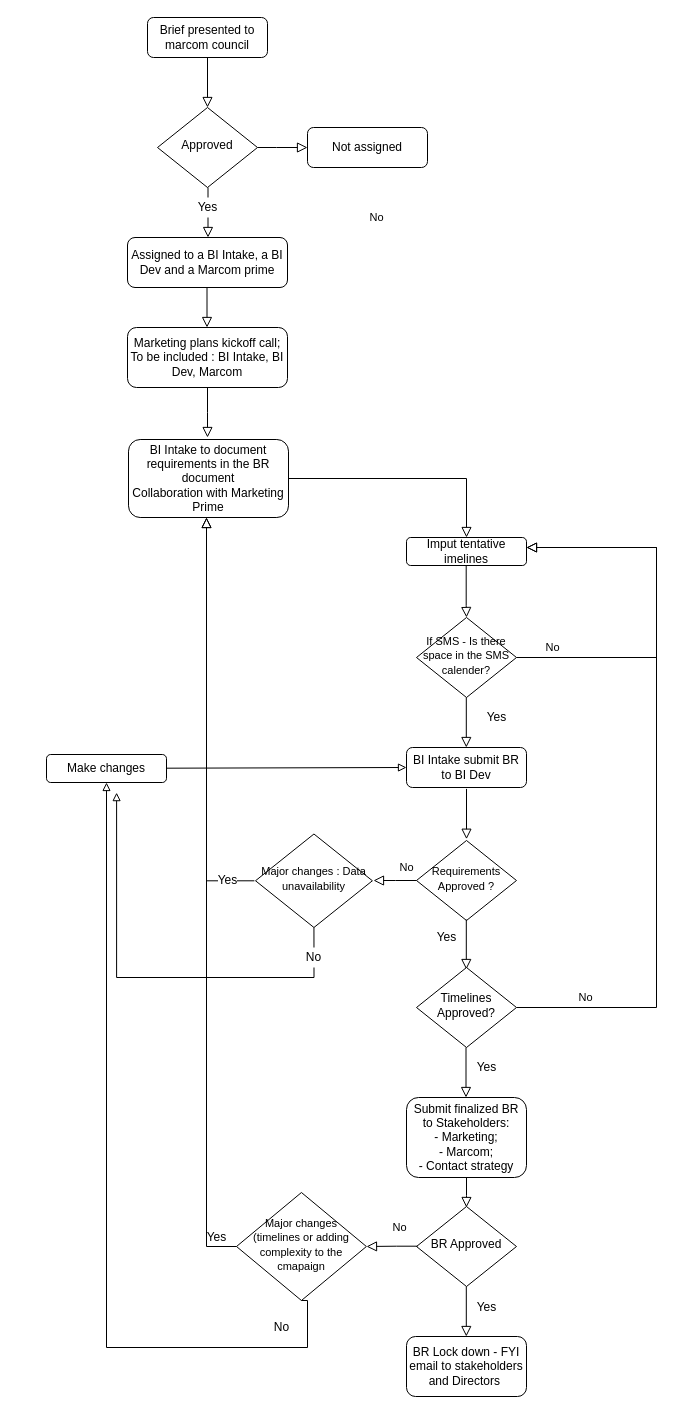
gberrada/Gberrada keeps this draw.io diagram as flow_campaign.drawio. Above is the earlier version. Source tidied: cells renumbered, new cells numbered last; positions are measured from the earlier drawing's top-left corner, leaving out a move shared by most shapes. Both pictures are drawn from the tidied source at 100%, with x=0, y=0 at pixel (46, 17).
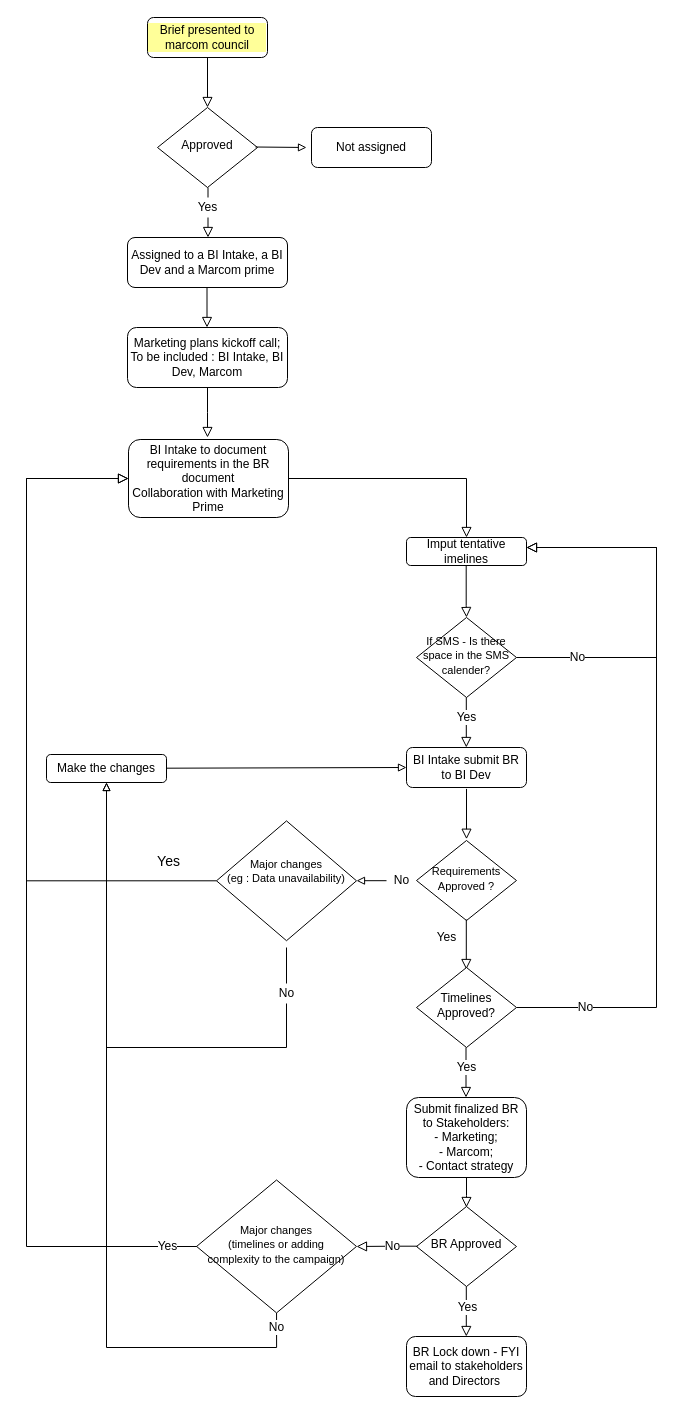
The same page after the edit.

Unchanged cells that the change refers to:
```xml
<mxCell id="7" value="Approved" style="rhombus;whiteSpace=wrap;html=1;shadow=0;fontFamily=Helvetica;fontSize=12;align=center;strokeWidth=1;spacing=6;spacingTop=-4;" parent="1" vertex="1">
  <mxGeometry x="111" y="90" width="100" height="80" as="geometry" />
</mxCell>
<mxCell id="13" value="&lt;div&gt;BI Intake to document requirements in the BR document&lt;br&gt;&lt;/div&gt;&lt;div&gt;Collaboration with Marketing Prime&lt;/div&gt;" style="rounded=1;whiteSpace=wrap;html=1;fontSize=12;glass=0;strokeWidth=1;shadow=0;" parent="1" vertex="1">
  <mxGeometry x="82" y="422" width="160" height="78" as="geometry" />
</mxCell>
<mxCell id="16" value="&lt;font style=&quot;font-size: 11px&quot;&gt;Requirements Approved ?&lt;/font&gt;" style="rhombus;whiteSpace=wrap;html=1;shadow=0;fontFamily=Helvetica;fontSize=12;align=center;strokeWidth=1;spacing=6;spacingTop=-4;" parent="1" vertex="1">
  <mxGeometry x="370" y="823" width="100" height="80" as="geometry" />
</mxCell>
<mxCell id="19" value="Imput tentative imelines " style="rounded=1;whiteSpace=wrap;html=1;fontSize=12;glass=0;strokeWidth=1;shadow=0;" parent="1" vertex="1">
  <mxGeometry x="360" y="520" width="120" height="28" as="geometry" />
</mxCell>
<mxCell id="21" value="&lt;font style=&quot;font-size: 11px&quot;&gt;If SMS - Is there space in the SMS calender? &lt;/font&gt;" style="rhombus;whiteSpace=wrap;html=1;shadow=0;fontFamily=Helvetica;fontSize=12;align=center;strokeWidth=1;spacing=6;spacingTop=-4;" parent="1" vertex="1">
  <mxGeometry x="370" y="600" width="100" height="80" as="geometry" />
</mxCell>
<mxCell id="26" value="Timelines Approved?" style="rhombus;whiteSpace=wrap;html=1;shadow=0;fontFamily=Helvetica;fontSize=12;align=center;strokeWidth=1;spacing=6;spacingTop=-4;" parent="1" vertex="1">
  <mxGeometry x="370" y="950" width="100" height="80" as="geometry" />
</mxCell>
```

What changed in the source:
```diff
@@
-    <mxCell id="5" value="Brief presented to marcom council " style="rounded=1;whiteSpace=wrap;html=1;fontSize=12;glass=0;strokeWidth=1;shadow=0;" parent="1" vertex="1">
+    <mxCell id="5" value="Brief presented to marcom council " style="rounded=1;whiteSpace=wrap;html=1;fontSize=12;glass=0;strokeWidth=1;shadow=0;labelBackgroundColor=#FFFF99;" parent="1" vertex="1">
       <mxGeometry x="101" width="120" height="40" as="geometry" />
     </mxCell>
-    <mxCell id="6" value="No" style="edgeStyle=orthogonalEdgeStyle;rounded=0;jettySize=auto;fontSize=11;endArrow=block;endFill=0;endSize=8;strokeWidth=1;shadow=0;labelBackgroundColor=none;html=1;" parent="1" edge="1" source="7" target="8">
-      <mxGeometry x="1" y="-98" relative="1" as="geometry">
-        <Array as="points">
-          <mxPoint x="230" y="130" />
-        </Array>
-        <mxPoint x="69" y="-28" as="offset" />
-      </mxGeometry>
-    </mxCell>
@@
     <mxCell id="8" value="Not assigned" style="rounded=1;whiteSpace=wrap;html=1;fontSize=12;glass=0;strokeWidth=1;shadow=0;" parent="1" vertex="1">
-      <mxGeometry x="261" y="110" width="120" height="40" as="geometry" />
+      <mxGeometry x="265" y="110" width="120" height="40" as="geometry" />
     </mxCell>
@@
+    <mxCell id="50" style="edgeStyle=orthogonalEdgeStyle;rounded=0;jettySize=auto;html=1;exitX=0;exitY=0.5;exitDx=0;exitDy=0;labelBackgroundColor=#ffffff;fontSize=12;entryX=1;entryY=0.5;entryDx=0;entryDy=0;endArrow=block;endFill=0;" parent="1" edge="1" source="52" target="39">
+      <mxGeometry relative="1" as="geometry" />
+    </mxCell>
@@
-    <mxCell id="23" value="Yes" style="text;html=1;align=center;verticalAlign=middle;" parent="1" vertex="1">
-      <mxGeometry x="430" y="690" width="40" height="20" as="geometry" />
+    <mxCell id="23" value="Yes" style="text;html=1;align=center;verticalAlign=middle;labelBackgroundColor=#ffffff;" parent="1" vertex="1">
+      <mxGeometry x="400" y="690" width="40" height="20" as="geometry" />
     </mxCell>
-    <mxCell id="24" value="No" style="edgeStyle=orthogonalEdgeStyle;rounded=0;html=1;jettySize=auto;fontSize=11;endArrow=block;endFill=0;endSize=8;strokeWidth=1;shadow=0;labelBackgroundColor=none;exitX=1;exitY=0.5;exitDx=0;exitDy=0;entryX=1;entryY=0.357;entryDx=0;entryDy=0;entryPerimeter=0;" parent="1" edge="1" source="21" target="19">
-      <mxGeometry x="-0.81" y="10" relative="1" as="geometry">
+    <mxCell id="24" value="No" style="edgeStyle=orthogonalEdgeStyle;rounded=0;html=1;jettySize=auto;fontSize=12;endArrow=block;endFill=0;endSize=8;strokeWidth=1;shadow=0;labelBackgroundColor=#ffffff;exitX=1;exitY=0.5;exitDx=0;exitDy=0;entryX=1;entryY=0.357;entryDx=0;entryDy=0;entryPerimeter=0;" parent="1" edge="1" source="21" target="19">
+      <mxGeometry x="-0.68" relative="1" as="geometry">
         <Array as="points">
           <mxPoint x="610" y="640" />
           <mxPoint x="610" y="530" />
         </Array>
       </mxGeometry>
     </mxCell>
-    <mxCell id="25" value="No" style="edgeStyle=orthogonalEdgeStyle;rounded=0;html=1;jettySize=auto;fontSize=11;endArrow=block;endFill=0;endSize=8;strokeWidth=1;shadow=0;labelBackgroundColor=none;" parent="1" edge="1" source="26" target="19">
-      <mxGeometry x="-0.81" y="10" relative="1" as="geometry">
+    <mxCell id="25" value="No" style="edgeStyle=orthogonalEdgeStyle;rounded=0;html=1;jettySize=auto;fontSize=12;endArrow=block;endFill=0;endSize=8;strokeWidth=1;shadow=0;labelBackgroundColor=#ffffff;spacing=2;" parent="1" edge="1" source="26" target="19">
+      <mxGeometry x="-0.81" relative="1" as="geometry">
         <Array as="points">
           <mxPoint x="610" y="990" />
           <mxPoint x="610" y="530" />
         </Array>
       </mxGeometry>
     </mxCell>
@@
-    <mxCell id="28" value="Yes" style="text;html=1;align=center;verticalAlign=middle;" parent="1" vertex="1">
-      <mxGeometry x="420" y="1040" width="40" height="20" as="geometry" />
+    <mxCell id="28" value="Yes" style="text;html=1;align=center;verticalAlign=middle;labelBackgroundColor=#ffffff;" parent="1" vertex="1">
+      <mxGeometry x="400" y="1040" width="40" height="20" as="geometry" />
     </mxCell>
@@
-    <mxCell id="33" value="Yes" style="text;html=1;align=center;verticalAlign=middle;" parent="1" vertex="1">
-      <mxGeometry x="420" y="1280" width="40" height="20" as="geometry" />
+    <mxCell id="33" value="Yes" style="text;html=1;align=center;verticalAlign=middle;labelBackgroundColor=#ffffff;" parent="1" vertex="1">
+      <mxGeometry x="401" y="1280" width="40" height="20" as="geometry" />
     </mxCell>
@@
-    <mxCell id="35" value="No" style="edgeStyle=orthogonalEdgeStyle;rounded=0;html=1;jettySize=auto;orthogonalLoop=1;fontSize=11;endArrow=block;endFill=0;endSize=8;strokeWidth=1;shadow=0;labelBackgroundColor=none;" parent="1" edge="1">
-      <mxGeometry x="-0.3" y="-19" relative="1" as="geometry">
+    <mxCell id="35" value="No" style="edgeStyle=orthogonalEdgeStyle;rounded=0;html=1;jettySize=auto;orthogonalLoop=1;fontSize=12;endArrow=block;endFill=0;endSize=8;strokeWidth=1;shadow=0;labelBackgroundColor=#ffffff;" parent="1" edge="1">
+      <mxGeometry x="-0.18" relative="1" as="geometry">
         <mxPoint x="371.1" y="1228.7" as="sourcePoint" />
-        <mxPoint x="320" y="1229" as="targetPoint" />
+        <mxPoint x="310" y="1229" as="targetPoint" />
         <Array as="points">
           <mxPoint x="350" y="1229" />
           <mxPoint x="350" y="1229" />
         </Array>
       </mxGeometry>
     </mxCell>
-    <mxCell id="36" value="&lt;font style=&quot;font-size: 11px&quot;&gt;Major changes (timelines or adding complexity to the cmapaign &lt;/font&gt;" style="rhombus;whiteSpace=wrap;html=1;shadow=0;fontFamily=Helvetica;fontSize=12;align=center;strokeWidth=1;spacing=6;spacingTop=-4;" parent="1" vertex="1">
-      <mxGeometry x="190" y="1175" width="129.9" height="108" as="geometry" />
-    </mxCell>
-    <mxCell id="37" style="rounded=0;html=1;jettySize=auto;fontSize=11;endArrow=block;endFill=0;endSize=8;strokeWidth=1;shadow=0;labelBackgroundColor=none;edgeStyle=orthogonalEdgeStyle;exitX=0;exitY=0.5;exitDx=0;exitDy=0;" parent="1" edge="1" source="36" target="13">
+    <mxCell id="37" style="rounded=0;html=1;jettySize=auto;fontSize=11;endArrow=block;endFill=0;endSize=8;strokeWidth=1;shadow=0;labelBackgroundColor=none;edgeStyle=orthogonalEdgeStyle;" parent="1" edge="1" target="13">
       <mxGeometry relative="1" as="geometry">
+        <mxPoint x="160" y="1229" as="sourcePoint" />
         <Array as="points">
-          <mxPoint x="160" y="1229" />
+          <mxPoint x="-20" y="1229" />
+          <mxPoint x="-20" y="461" />
         </Array>
       </mxGeometry>
     </mxCell>
-    <mxCell id="38" value="Yes" style="text;html=1;align=center;verticalAlign=middle;" parent="1" vertex="1">
-      <mxGeometry x="150" y="1210" width="40" height="20" as="geometry" />
-    </mxCell>
-    <mxCell id="39" value="&lt;font style=&quot;font-size: 11px&quot;&gt;Major changes : Data unavailability&lt;br&gt;&lt;/font&gt;" style="rhombus;whiteSpace=wrap;html=1;shadow=0;fontFamily=Helvetica;fontSize=12;align=center;strokeWidth=1;spacing=6;spacingTop=-4;" parent="1" vertex="1">
-      <mxGeometry x="209" y="816.5" width="116.9" height="93.5" as="geometry" />
+    <mxCell id="39" value="&lt;div style=&quot;font-size: 11px;&quot;&gt;&lt;font style=&quot;font-size: 11px;&quot;&gt;Major changes&lt;br style=&quot;font-size: 11px;&quot;&gt;&lt;/font&gt;&lt;/div&gt;&lt;div style=&quot;font-size: 11px;&quot;&gt;&lt;font style=&quot;font-size: 11px;&quot;&gt;(eg : Data unavailability)&lt;/font&gt;&lt;/div&gt;" style="rhombus;whiteSpace=wrap;html=1;shadow=0;fontFamily=Helvetica;fontSize=11;align=center;strokeWidth=1;spacing=1;spacingTop=-18;" parent="1" vertex="1">
+      <mxGeometry x="170" y="803.4" width="140" height="119.8" as="geometry" />
     </mxCell>
-    <mxCell id="40" value="No" style="edgeStyle=orthogonalEdgeStyle;rounded=0;html=1;jettySize=auto;fontSize=11;endArrow=block;endFill=0;endSize=8;strokeWidth=1;shadow=0;labelBackgroundColor=none;exitX=0;exitY=0.5;exitDx=0;exitDy=0;" parent="1" edge="1" source="16">
-      <mxGeometry x="-0.53" y="-13" relative="1" as="geometry">
-        <mxPoint x="327" y="863" as="targetPoint" />
-      </mxGeometry>
-    </mxCell>
-    <mxCell id="41" style="rounded=0;html=1;jettySize=auto;fontSize=11;endArrow=block;endFill=0;endSize=8;strokeWidth=1;shadow=0;labelBackgroundColor=none;edgeStyle=orthogonalEdgeStyle;" parent="1" edge="1" target="13">
+    <mxCell id="41" style="rounded=0;html=1;jettySize=auto;fontSize=11;endArrow=block;endFill=0;endSize=8;strokeWidth=1;shadow=0;labelBackgroundColor=none;edgeStyle=orthogonalEdgeStyle;exitX=0;exitY=0.5;exitDx=0;exitDy=0;" parent="1" edge="1" source="39" target="13">
       <mxGeometry relative="1" as="geometry">
-        <mxPoint x="207.9" y="863.3" as="sourcePoint" />
         <Array as="points">
-          <mxPoint x="160" y="863" />
+          <mxPoint x="-20" y="863" />
+          <mxPoint x="-20" y="461" />
         </Array>
       </mxGeometry>
     </mxCell>
-    <mxCell id="42" value="Yes" style="text;html=1;align=center;verticalAlign=middle;labelBackgroundColor=#ffffff;" parent="41" vertex="1">
+    <mxCell id="42" value="Yes" style="text;html=1;align=center;verticalAlign=middle;labelBackgroundColor=#ffffff;fontSize=14;spacingLeft=7;spacingRight=5;" parent="41" vertex="1">
       <mxGeometry x="-0.1" y="-1" relative="1" as="geometry">
-        <mxPoint x="19.9" y="136.4" as="offset" />
+        <mxPoint x="139" y="102" as="offset" />
       </mxGeometry>
     </mxCell>
-    <mxCell id="43" value="Make changes" style="rounded=1;whiteSpace=wrap;html=1;fontSize=12;glass=0;strokeWidth=1;shadow=0;" parent="1" vertex="1">
+    <mxCell id="43" value="Make the changes" style="rounded=1;whiteSpace=wrap;html=1;fontSize=12;glass=0;strokeWidth=1;shadow=0;" parent="1" vertex="1">
       <mxGeometry y="737" width="120" height="28" as="geometry" />
     </mxCell>
     <mxCell id="44" style="endArrow=block;html=1;endFill=0;exitX=0.5;exitY=1;exitDx=0;exitDy=0;rounded=0;edgeStyle=orthogonalEdgeStyle;entryX=0.5;entryY=1;entryDx=0;entryDy=0;" parent="1" edge="1" source="36" target="43">
       <mxGeometry relative="1" as="geometry">
         <Array as="points">
-          <mxPoint x="261" y="1330" />
+          <mxPoint x="230" y="1330" />
           <mxPoint x="60" y="1330" />
         </Array>
       </mxGeometry>
     </mxCell>
-    <mxCell id="45" value="No" style="text;html=1;align=center;verticalAlign=middle;" parent="1" vertex="1">
-      <mxGeometry x="220" y="1300" width="30" height="20" as="geometry" />
+    <mxCell id="45" value="No" style="text;html=1;align=center;verticalAlign=middle;labelBackgroundColor=#ffffff;" parent="1" vertex="1">
+      <mxGeometry x="215.1" y="1300" width="30" height="20" as="geometry" />
     </mxCell>
@@
-    <mxCell id="47" style="endArrow=block;html=1;endFill=0;exitX=0.5;exitY=1;exitDx=0;exitDy=0;rounded=0;edgeStyle=orthogonalEdgeStyle;entryX=0.5;entryY=1;entryDx=0;entryDy=0;" parent="1" edge="1" source="39">
+    <mxCell id="47" style="endArrow=block;html=1;endFill=0;rounded=0;edgeStyle=orthogonalEdgeStyle;entryX=0.5;entryY=1;entryDx=0;entryDy=0;" parent="1" edge="1" target="43">
       <mxGeometry relative="1" as="geometry">
-        <mxPoint x="70.1" y="775.1" as="targetPoint" />
+        <mxPoint x="240" y="930" as="sourcePoint" />
         <Array as="points">
-          <mxPoint x="268" y="960" />
-          <mxPoint x="70" y="960" />
+          <mxPoint x="240" y="1030" />
+          <mxPoint x="60" y="1030" />
         </Array>
       </mxGeometry>
     </mxCell>
+    <mxCell id="49" value="Yes" style="text;html=1;align=center;verticalAlign=middle;fillColor=#ffffff;" parent="1" vertex="1">
+      <mxGeometry x="141" y="180" width="40" height="20" as="geometry" />
+    </mxCell>
+    <mxCell id="51" style="endArrow=block;html=1;rounded=0;endFill=0;" parent="1" edge="1">
+      <mxGeometry relative="1" as="geometry">
+        <mxPoint x="209" y="129.5" as="sourcePoint" />
+        <mxPoint x="260" y="130" as="targetPoint" />
+      </mxGeometry>
+    </mxCell>
+    <mxCell id="52" value="No" style="text;html=1;align=center;verticalAlign=middle;points=[];" parent="1" vertex="1">
+      <mxGeometry x="340" y="853.2" width="30" height="20" as="geometry" />
+    </mxCell>
+    <mxCell id="53" style="edgeStyle=orthogonalEdgeStyle;rounded=0;jettySize=auto;html=1;exitX=0;exitY=0.5;exitDx=0;exitDy=0;labelBackgroundColor=#ffffff;fontSize=12;entryX=1;entryY=0.5;entryDx=0;entryDy=0;endArrow=block;endFill=0;" parent="1" edge="1" source="16" target="52">
+      <mxGeometry relative="1" as="geometry" />
+    </mxCell>
+    <mxCell id="38" value="Yes" style="text;html=1;align=center;verticalAlign=middle;labelBackgroundColor=#ffffff;" parent="1" vertex="1">
+      <mxGeometry x="101" y="1219" width="40" height="20" as="geometry" />
+    </mxCell>
     <mxCell id="48" value="No" style="text;html=1;align=center;verticalAlign=middle;fillColor=#FFFFFF;" parent="1" vertex="1">
-      <mxGeometry x="252.4" y="930" width="30" height="20" as="geometry" />
+      <mxGeometry x="225" y="966" width="30" height="20" as="geometry" />
     </mxCell>
-    <mxCell id="49" value="Yes" style="text;html=1;align=center;verticalAlign=middle;fillColor=#ffffff;" parent="1" vertex="1">
-      <mxGeometry x="141" y="180" width="40" height="20" as="geometry" />
-    </mxCell>
+    <mxCell id="36" value="&lt;div&gt;&lt;font style=&quot;font-size: 11px&quot;&gt;Major changes&lt;/font&gt;&lt;/div&gt;&lt;div&gt;&lt;font style=&quot;font-size: 11px&quot;&gt;(timelines or adding complexity to the campaign) &lt;/font&gt;&lt;/div&gt;" style="rhombus;whiteSpace=wrap;html=1;shadow=0;fontFamily=Helvetica;fontSize=12;align=center;strokeWidth=1;spacing=6;spacingTop=-4;labelBackgroundColor=none;" parent="1" vertex="1">
+      <mxGeometry x="150.1" y="1162.5" width="159.9" height="132.9" as="geometry" />
+    </mxCell>
```
